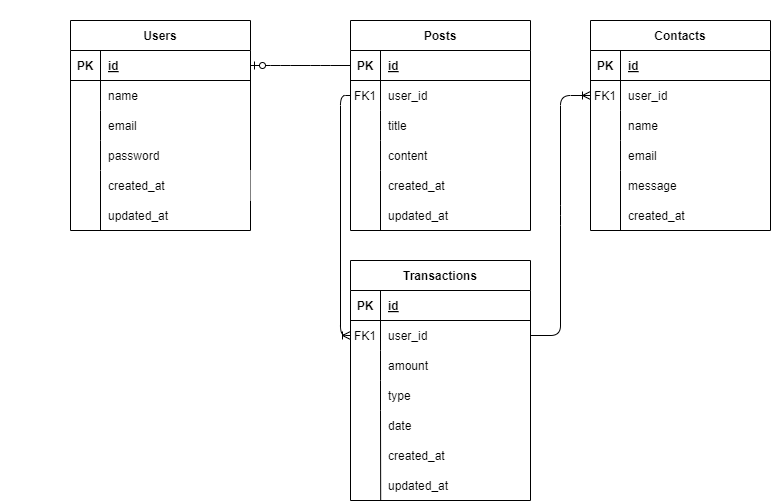
Above: ER.drawio.png in jinxin4869/Otter_Bank (draw.io), before the change. Source tidied: cells renumbered, new cells last; positions are measured from the earlier drawing's top-left corner, leaving out a move shared by most shapes.
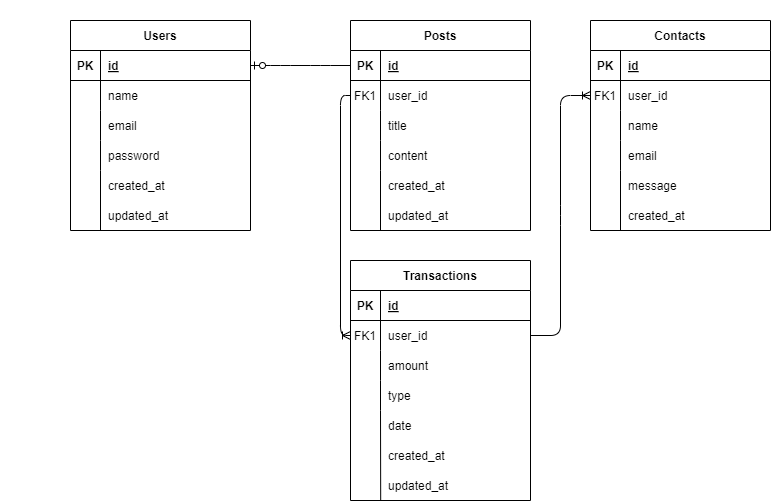
Later version of the same file.

Diff of the diagram source:
```diff
@@ -158,10 +158,10 @@
     <mxCell id="53" value="email" style="shape=partialRectangle;fillColor=none;top=0;left=0;bottom=0;right=0;align=left;spacingLeft=6;overflow=hidden;" parent="51" vertex="1">
       <mxGeometry x="30" width="150" height="30" as="geometry" />
     </mxCell>
-    <mxCell id="54" value="updated_at" style="shape=partialRectangle;fillColor=none;top=0;left=0;bottom=0;right=0;align=left;spacingLeft=6;overflow=hidden;" parent="1" vertex="1">
+    <mxCell id="54" value="updated_at" style="shape=partialRectangle;fillColor=none;top=0;left=0;bottom=0;right=0;align=left;spacingLeft=6;overflow=hidden;strokeColor=#36393d;" parent="1" vertex="1">
       <mxGeometry x="100" y="200" width="150" height="30" as="geometry" />
     </mxCell>
-    <mxCell id="55" value="created_at" style="shape=partialRectangle;top=0;left=0;bottom=0;right=0;align=left;spacingLeft=6;overflow=hidden;gradientColor=none;fillColor=default;" parent="1" vertex="1">
+    <mxCell id="55" value="created_at" style="shape=partialRectangle;top=0;left=0;bottom=0;right=0;align=left;spacingLeft=6;overflow=hidden;fillColor=none;strokeColor=#36393d;" parent="1" vertex="1">
       <mxGeometry x="100" y="170" width="150" height="30" as="geometry" />
     </mxCell>
     <mxCell id="56" style="shape=partialRectangle;fillColor=none;top=0;left=0;bottom=0;right=0;overflow=hidden;" parent="1" vertex="1">
```
